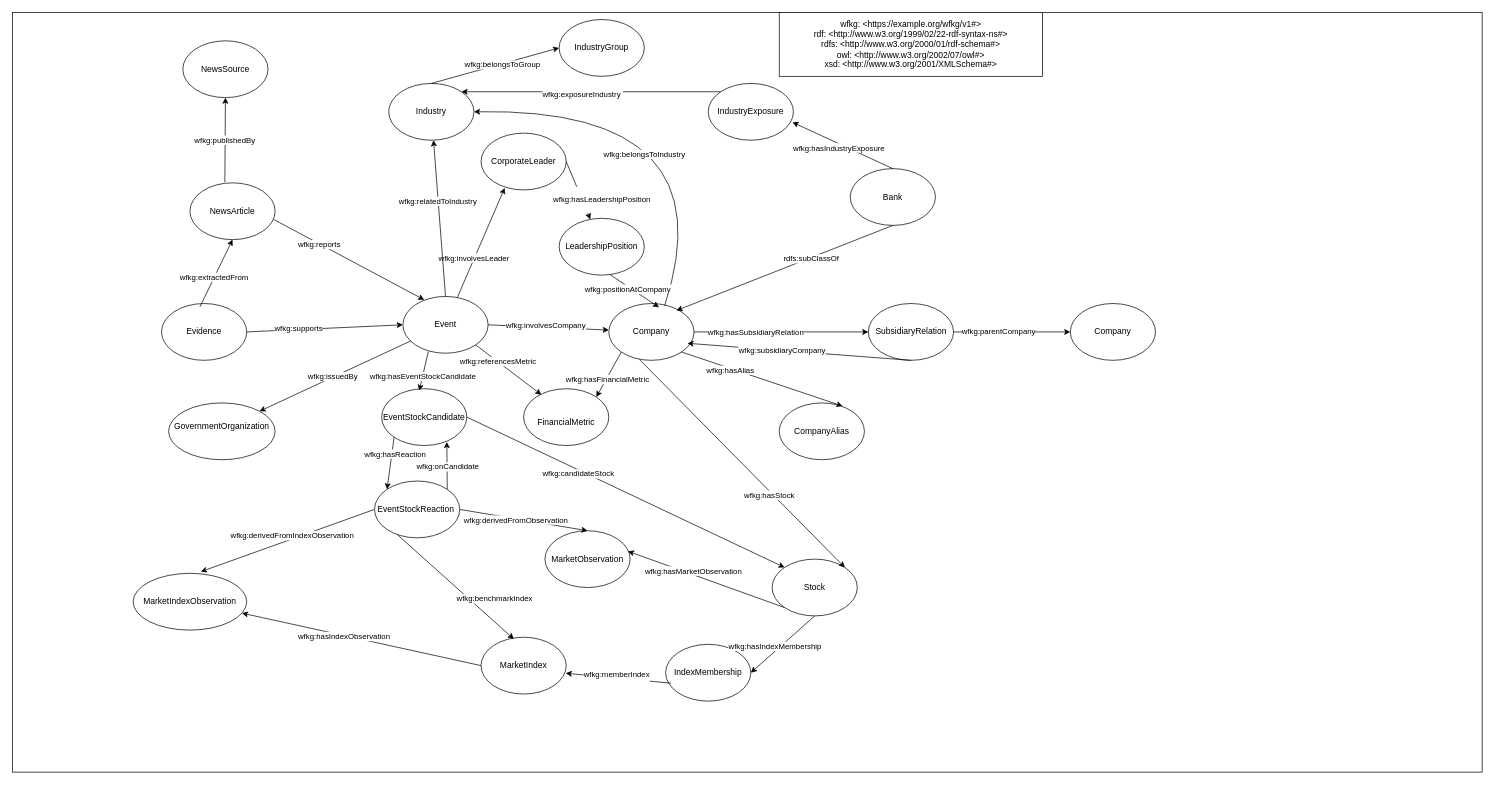
Above: page "00-WFKG Ontology" (1 of 7) of chỉnh sửa mới nhất - 01-10/master_thesis_v1_synced_01-10.drawio.xml in Lequynhlan/master_thesis_draf (draw.io), before the change. Source tidied: cells renumbered, new cells numbered last; positions are measured from the earlier drawing's top-left corner, leaving out a move shared by most shapes. Both pictures are drawn from the tidied source at 71%, with x=0, y=0 at pixel (12, 12).
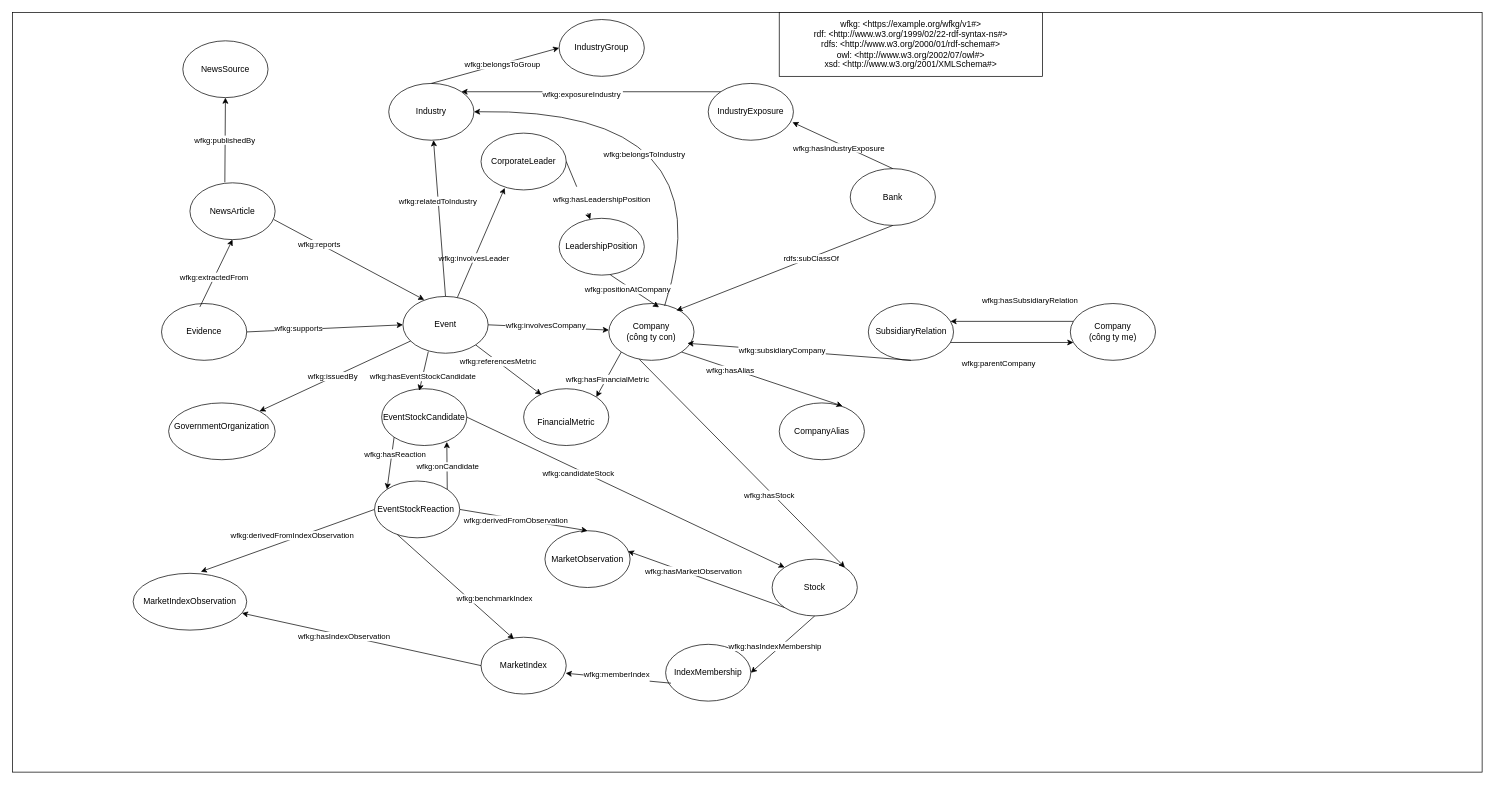
Above is the later version.

The change refers to these unchanged cells:
```xml
<mxCell id="70" value="SubsidiaryRelation" style="ellipse;whiteSpace=wrap;html=1;shapeInside=1;" parent="1" vertex="1">
  <mxGeometry x="1205.5" y="410" width="120" height="80" as="geometry" />
</mxCell>
```

The edit, as a diff of the source:
```diff
@@
-    <mxCell id="3" value="Company" style="ellipse;whiteSpace=wrap;html=1;shapeInside=1;" parent="1" vertex="1">
+    <mxCell id="3" value="Company&lt;br&gt;(công ty con)" style="ellipse;whiteSpace=wrap;html=1;shapeInside=1;" parent="1" vertex="1">
       <mxGeometry x="840" y="410" width="120" height="80" as="geometry" />
     </mxCell>
@@
-    <mxCell id="74" style="endArrow=classic;html=1;rounded=0;exitX=1;exitY=0.5;exitDx=0;exitDy=0;" parent="1" edge="1" source="3" target="70">
+    <mxCell id="74" style="endArrow=classic;html=1;rounded=0;exitX=0;exitY=0.3;exitDx=0;exitDy=0;entryX=1;entryY=0.3;entryDx=0;entryDy=0;" parent="1" edge="1" source="76" target="70">
       <mxGeometry relative="1" as="geometry" />
     </mxCell>
     <mxCell id="75" value="wfkg:hasSubsidiaryRelation" style="edgeLabel;html=1;align=center;verticalAlign=middle;" parent="74" vertex="1">
       <mxGeometry x="-0.29" relative="1" as="geometry">
-        <mxPoint x="-1" as="offset" />
+        <mxPoint x="-1" y="-30" as="offset" />
       </mxGeometry>
     </mxCell>
-    <mxCell id="76" value="Company" style="ellipse;whiteSpace=wrap;html=1;shapeInside=1;" parent="1" vertex="1">
+    <mxCell id="76" value="Company&lt;br&gt;(công ty mẹ)" style="ellipse;whiteSpace=wrap;html=1;shapeInside=1;" parent="1" vertex="1">
       <mxGeometry x="1490" y="410" width="120" height="80" as="geometry" />
     </mxCell>
-    <mxCell id="77" style="endArrow=classic;html=1;rounded=0;exitX=1;exitY=0.5;exitDx=0;exitDy=0;entryX=0;entryY=0.5;entryDx=0;entryDy=0;" parent="1" edge="1" source="70" target="76">
+    <mxCell id="77" style="endArrow=classic;html=1;rounded=0;exitX=1;exitY=0.7;exitDx=0;exitDy=0;entryX=0;entryY=0.7;entryDx=0;entryDy=0;" parent="1" edge="1" source="70" target="76">
       <mxGeometry relative="1" as="geometry" />
     </mxCell>
     <mxCell id="78" value="&lt;pre dir=&quot;ltr&quot;&gt;&lt;code&gt;&lt;font face=&quot;Helvetica&quot;&gt;wfkg:parentCompany&lt;/font&gt;&lt;/code&gt;&lt;/pre&gt;" style="edgeLabel;html=1;align=center;verticalAlign=middle;" parent="77" vertex="1">
       <mxGeometry x="-0.22" relative="1" as="geometry">
-        <mxPoint x="-1" as="offset" />
+        <mxPoint x="-1" y="30" as="offset" />
       </mxGeometry>
     </mxCell>
```
